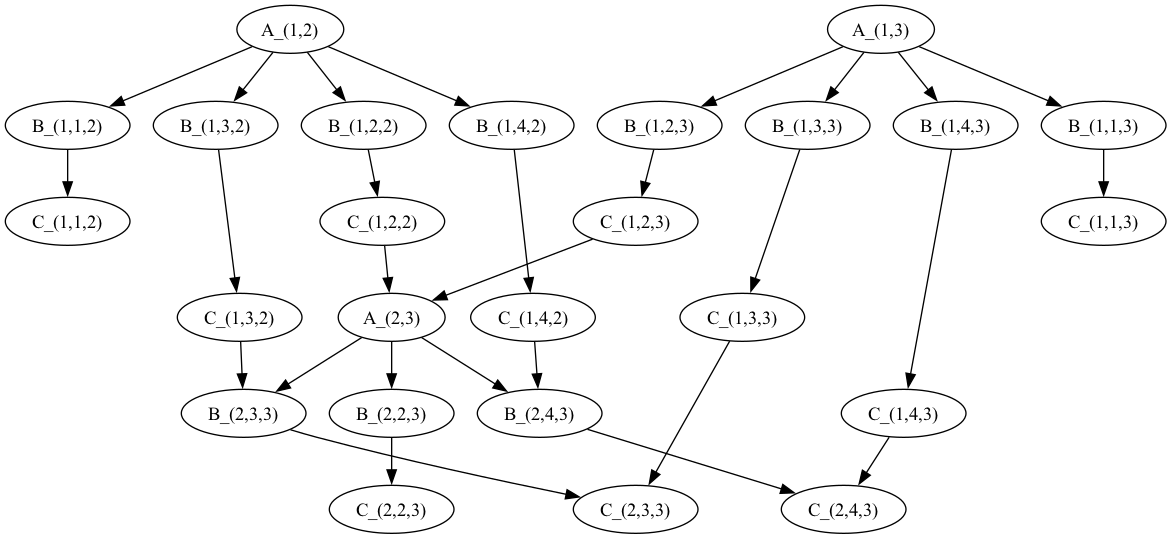
Above: lab08/preprocessing/output/test1.gv.png in Szaroslav/concurrency-theory-agh-course (Graphviz), before the change. Its source is kept beside it as lab08/preprocessing/output/test1.gv.
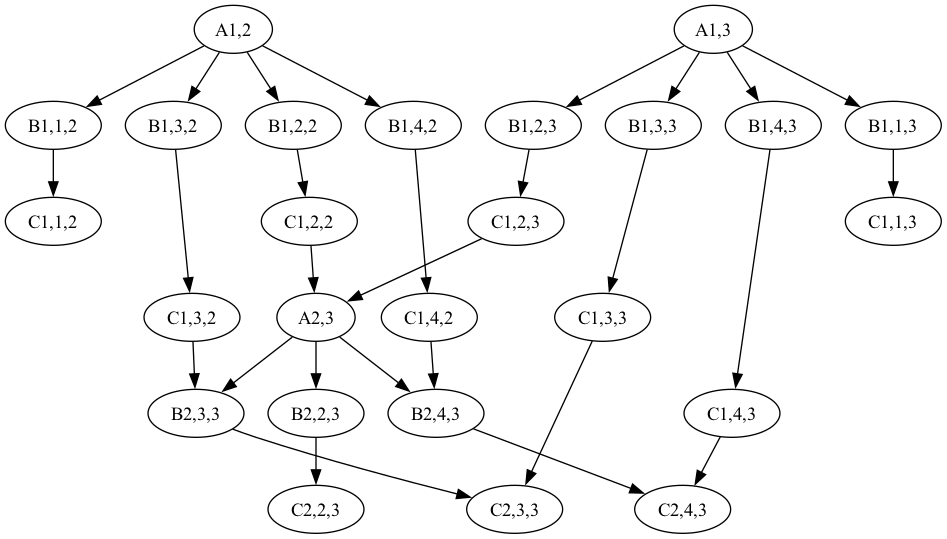
After the change.

What changed in the source:
```diff
@@ -1,29 +1,29 @@
 digraph "Hesse diagram" {
-	0 [label="A_(1,2)"]
-	1 [label="B_(1,1,2)"]
-	2 [label="B_(1,2,2)"]
-	3 [label="B_(1,3,2)"]
-	4 [label="B_(1,4,2)"]
-	5 [label="C_(1,1,2)"]
-	6 [label="C_(1,2,2)"]
-	7 [label="C_(1,3,2)"]
-	8 [label="C_(1,4,2)"]
-	9 [label="A_(1,3)"]
-	10 [label="B_(1,1,3)"]
-	11 [label="B_(1,2,3)"]
-	12 [label="B_(1,3,3)"]
-	13 [label="B_(1,4,3)"]
-	14 [label="C_(1,1,3)"]
-	15 [label="C_(1,2,3)"]
-	16 [label="C_(1,3,3)"]
-	17 [label="C_(1,4,3)"]
-	18 [label="A_(2,3)"]
-	19 [label="B_(2,2,3)"]
-	20 [label="B_(2,3,3)"]
-	21 [label="B_(2,4,3)"]
-	22 [label="C_(2,2,3)"]
-	23 [label="C_(2,3,3)"]
-	24 [label="C_(2,4,3)"]
+	0 [label="A1,2"]
+	1 [label="B1,1,2"]
+	2 [label="B1,2,2"]
+	3 [label="B1,3,2"]
+	4 [label="B1,4,2"]
+	5 [label="C1,1,2"]
+	6 [label="C1,2,2"]
+	7 [label="C1,3,2"]
+	8 [label="C1,4,2"]
+	9 [label="A1,3"]
+	10 [label="B1,1,3"]
+	11 [label="B1,2,3"]
+	12 [label="B1,3,3"]
+	13 [label="B1,4,3"]
+	14 [label="C1,1,3"]
+	15 [label="C1,2,3"]
+	16 [label="C1,3,3"]
+	17 [label="C1,4,3"]
+	18 [label="A2,3"]
+	19 [label="B2,2,3"]
+	20 [label="B2,3,3"]
+	21 [label="B2,4,3"]
+	22 [label="C2,2,3"]
+	23 [label="C2,3,3"]
+	24 [label="C2,4,3"]
 	0 -> 1
 	0 -> 2
 	0 -> 3
```
